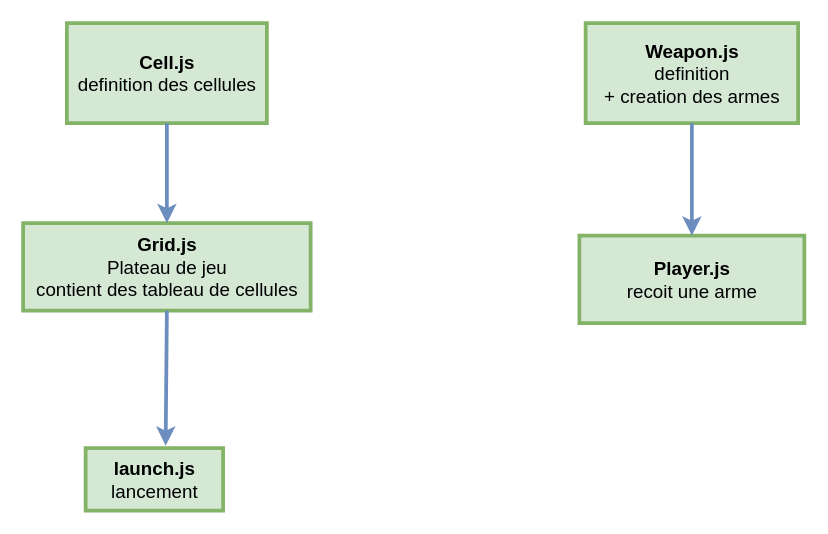
This is Struct.drawio from BaptisteC-prog/v2, a draw.io file, before an edit. Source tidied: cells renumbered, new cells numbered last; positions are measured from the earlier drawing's top-left corner, leaving out a move shared by most shapes. Both pictures are drawn from the tidied source at 125%, with x=0, y=0 at pixel (22, 22).
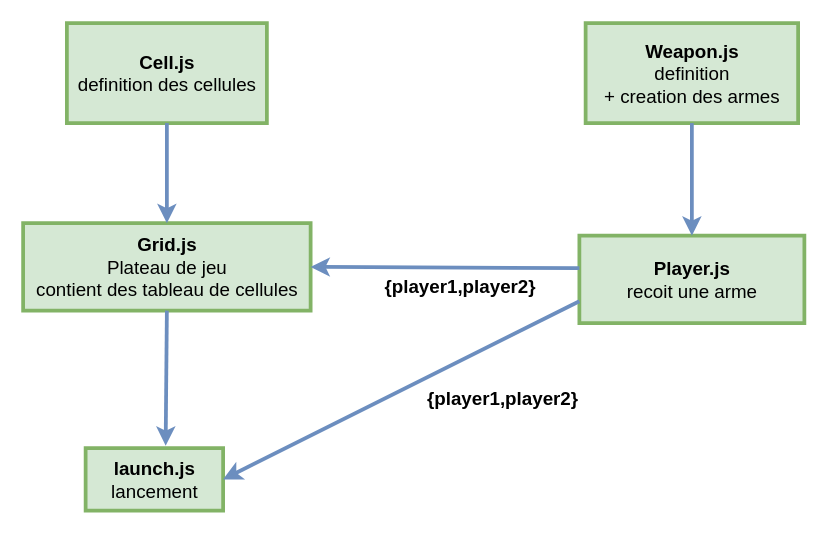
The same diagram, later.

Change to the diagram source:
```diff
@@
 <mxGraphModel>
   <root>
     <mxCell id="0" />
     <mxCell id="1" parent="0" />
     <mxCell id="2" value="&lt;font style=&quot;font-size: 15px&quot;&gt;&lt;b&gt;Cell.js&lt;br&gt;&lt;/b&gt;definition des cellules&lt;br&gt;&lt;/font&gt;" style="html=1;fillColor=#d5e8d4;strokeColor=#82b366;strokeWidth=3;" parent="1" vertex="1">
       <mxGeometry x="35" width="160" height="80" as="geometry" />
     </mxCell>
     <mxCell id="3" value="&lt;font style=&quot;font-size: 15px&quot;&gt;&lt;b&gt;Grid.js&lt;/b&gt;&lt;br&gt;Plateau de jeu&lt;br&gt;contient des tableau de cellules&lt;br&gt;&lt;/font&gt;" style="html=1;fillColor=#d5e8d4;strokeColor=#82b366;strokeWidth=3;" parent="1" vertex="1">
       <mxGeometry y="160" width="230" height="70" as="geometry" />
     </mxCell>
     <mxCell id="4" value="&lt;font style=&quot;font-size: 15px&quot;&gt;&lt;b&gt;launch.js&lt;/b&gt;&lt;br&gt;lancement&lt;br&gt;&lt;/font&gt;" style="html=1;fillColor=#d5e8d4;strokeColor=#82b366;strokeWidth=3;" parent="1" vertex="1">
       <mxGeometry x="50" y="340" width="110" height="50" as="geometry" />
     </mxCell>
     <mxCell id="5" value="&lt;font style=&quot;font-size: 15px&quot;&gt;&lt;b&gt;Player.js&lt;/b&gt;&lt;br&gt;recoit une arme&lt;br&gt;&lt;/font&gt;" style="html=1;fillColor=#d5e8d4;strokeColor=#82b366;strokeWidth=3;" parent="1" vertex="1">
       <mxGeometry x="445" y="170" width="180" height="70" as="geometry" />
     </mxCell>
     <mxCell id="6" value="&lt;font style=&quot;font-size: 15px&quot;&gt;&lt;b&gt;Weapon.js&lt;/b&gt;&lt;br&gt;definition &lt;br&gt;+ creation des armes&lt;br&gt;&lt;/font&gt;" style="html=1;fillColor=#d5e8d4;strokeColor=#82b366;strokeWidth=3;" parent="1" vertex="1">
       <mxGeometry x="450" width="170" height="80" as="geometry" />
     </mxCell>
     <mxCell id="7" style="endArrow=classic;html=1;exitX=0.5;exitY=1;exitDx=0;exitDy=0;strokeWidth=3;fillColor=#dae8fc;strokeColor=#6c8ebf;" parent="1" edge="1" source="2" target="3">
       <mxGeometry relative="1" as="geometry" />
     </mxCell>
     <mxCell id="8" style="endArrow=classic;html=1;exitX=0.5;exitY=1;exitDx=0;exitDy=0;strokeWidth=3;fillColor=#dae8fc;strokeColor=#6c8ebf;entryX=0.5;entryY=0;entryDx=0;entryDy=0;" parent="1" edge="1" source="6" target="5">
       <mxGeometry relative="1" as="geometry" />
     </mxCell>
     <mxCell id="9" style="endArrow=classic;html=1;exitX=0.5;exitY=1;exitDx=0;exitDy=0;strokeWidth=3;fillColor=#dae8fc;strokeColor=#6c8ebf;entryX=0.582;entryY=-0.04;entryDx=0;entryDy=0;entryPerimeter=0;" parent="1" edge="1" source="3" target="4">
       <mxGeometry relative="1" as="geometry" />
     </mxCell>
+    <mxCell id="10" style="endArrow=classic;html=1;exitX=0;exitY=0.371;exitDx=0;exitDy=0;strokeWidth=3;fillColor=#dae8fc;strokeColor=#6c8ebf;entryX=1;entryY=0.5;entryDx=0;entryDy=0;exitPerimeter=0;" parent="1" edge="1" source="5" target="3">
+      <mxGeometry relative="1" as="geometry" />
+    </mxCell>
+    <mxCell id="11" value="&lt;b&gt;&lt;font style=&quot;font-size: 15px&quot;&gt;{player1,player2}&lt;/font&gt;&lt;/b&gt;" style="text;html=1;strokeColor=none;fillColor=none;align=center;verticalAlign=middle;whiteSpace=wrap;rounded=0;strokeWidth=2;" parent="1" vertex="1">
+      <mxGeometry x="330" y="200" width="40" height="20" as="geometry" />
+    </mxCell>
+    <mxCell id="12" style="endArrow=classic;html=1;exitX=0;exitY=0.75;exitDx=0;exitDy=0;strokeWidth=3;fillColor=#dae8fc;strokeColor=#6c8ebf;entryX=1;entryY=0.5;entryDx=0;entryDy=0;" parent="1" edge="1" source="5" target="4">
+      <mxGeometry relative="1" as="geometry" />
+    </mxCell>
+    <mxCell id="13" value="&lt;b&gt;&lt;font style=&quot;font-size: 15px&quot;&gt;{player1,player2}&lt;/font&gt;&lt;/b&gt;" style="text;html=1;strokeColor=none;fillColor=none;align=center;verticalAlign=middle;whiteSpace=wrap;rounded=0;strokeWidth=2;" parent="1" vertex="1">
+      <mxGeometry x="364" y="290" width="40" height="20" as="geometry" />
+    </mxCell>
   </root>
 </mxGraphModel>
```
